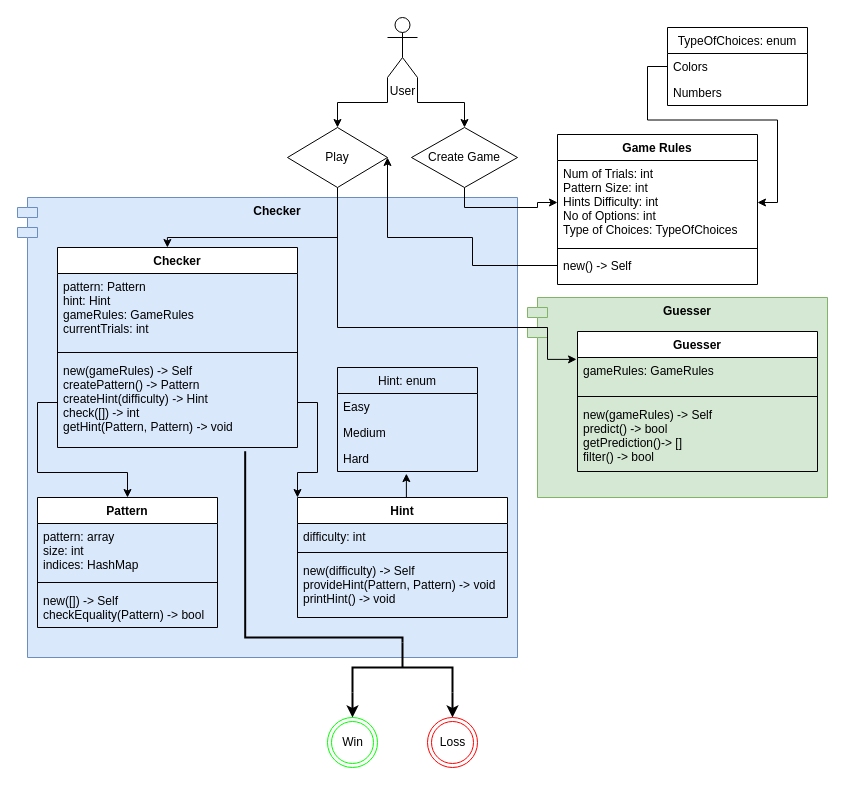
The draw.io diagram diagram/class_diagram.drawio in shgabr/mastermind_rust, before the edit. Source tidied: cells renumbered, new cells numbered last; positions are measured from the earlier drawing's top-left corner, leaving out a move shared by most shapes. Both pictures are drawn from the tidied source at 100%, with x=0, y=0 at pixel (17, 17).
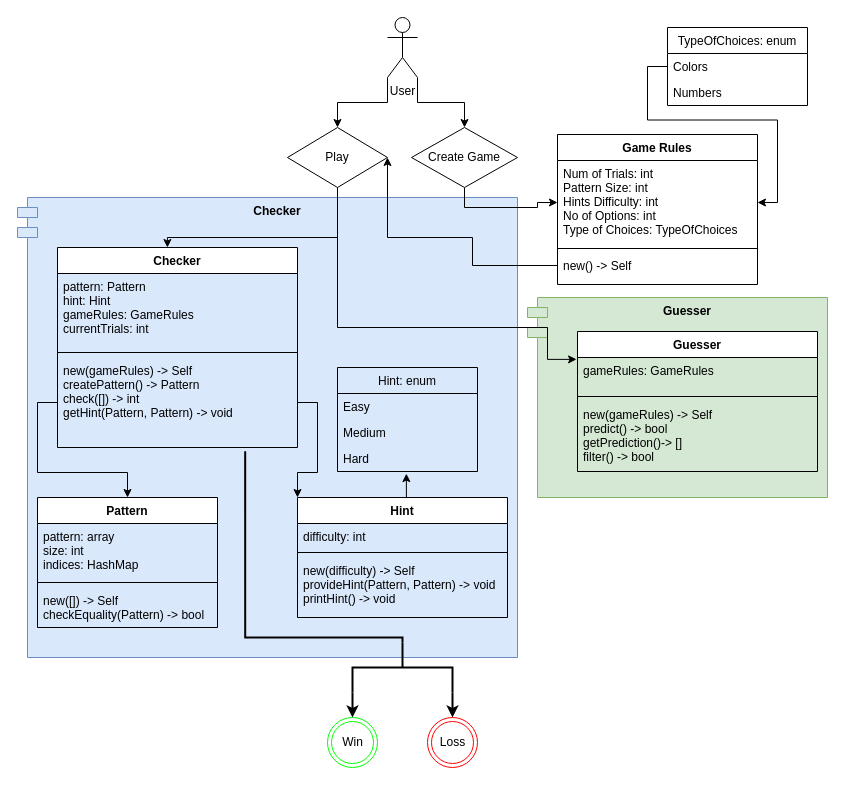
Above is the later version.

The change refers to these unchanged cells:
```xml
<mxCell id="21" value="Checker" style="swimlane;fontStyle=1;align=center;verticalAlign=top;horizontal=1;startSize=26;" parent="1" vertex="1">
  <mxGeometry x="40" y="230" width="240" height="200" as="geometry" />
</mxCell>
```

Diff of the diagram source:
```diff
@@
-    <mxCell id="24" value="new(gameRules) -&gt; Self&#10;createPattern() -&gt; Pattern&#10;createHint(difficulty) -&gt; Hint&#10;check([]) -&gt; int&#10;getHint(Pattern, Pattern) -&gt; void&#10;" style="text;strokeColor=none;fillColor=none;align=left;verticalAlign=top;spacingLeft=4;spacingRight=4;overflow=hidden;points=[[0,0.5],[1,0.5]];portConstraint=eastwest;" parent="21" vertex="1">
+    <mxCell id="24" value="new(gameRules) -&gt; Self&#10;createPattern() -&gt; Pattern&#10;check([]) -&gt; int&#10;getHint(Pattern, Pattern) -&gt; void&#10;" style="text;strokeColor=none;fillColor=none;align=left;verticalAlign=top;spacingLeft=4;spacingRight=4;overflow=hidden;points=[[0,0.5],[1,0.5]];portConstraint=eastwest;" parent="21" vertex="1">
       <mxGeometry y="110" width="240" height="90" as="geometry" />
     </mxCell>
```
